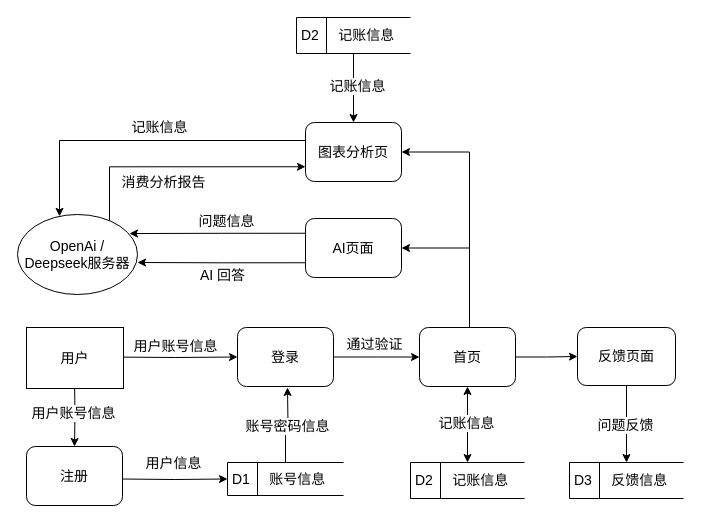
jixiuy/DrawIO keeps this draw.io diagram as 云听模块.drawio. Above is the earlier version. Source tidied: cells renumbered, new cells numbered last; positions are measured from the earlier drawing's top-left corner, leaving out a move shared by most shapes. Both pictures are drawn from the tidied source at 100%, with x=0, y=0 at pixel (17, 17).
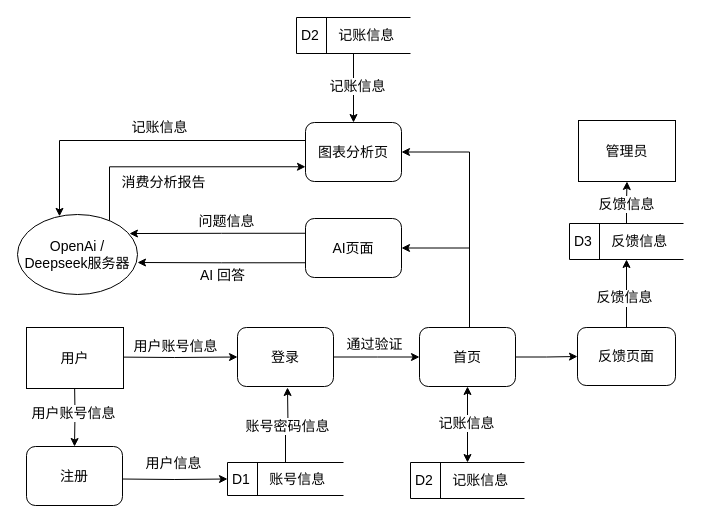
The same page after the edit.

Commit message (it also covers changes not shown here):
更新云听模块.drawio

Unchanged cells that the change refers to:
```xml
<mxCell id="24" value="反馈页面" style="rounded=1;whiteSpace=wrap;html=1;fontFamily=宋体;fontSize=14;" parent="1" vertex="1">
  <mxGeometry x="560" y="310" width="98" height="58" as="geometry" />
</mxCell>
```

Change to the diagram source:
```diff
@@
-    <mxCell id="22" style="edgeStyle=orthogonalEdgeStyle;rounded=0;jettySize=auto;html=1;entryX=0.5;entryY=0;entryDx=0;entryDy=0;fontFamily=宋体;fontSize=14;" parent="1" edge="1" source="24" target="25">
+    <mxCell id="22" style="edgeStyle=orthogonalEdgeStyle;rounded=0;jettySize=auto;html=1;entryX=0.5;entryY=1;entryDx=0;entryDy=0;" parent="1" edge="1" source="24" target="25">
       <mxGeometry relative="1" as="geometry" />
     </mxCell>
-    <mxCell id="23" value="问题反馈" style="edgeLabel;html=1;align=center;verticalAlign=middle;fontFamily=宋体;fontSize=14;" parent="22" vertex="1">
-      <mxGeometry x="-0.12" y="1" relative="1" as="geometry">
-        <mxPoint x="-3" y="5" as="offset" />
-      </mxGeometry>
-    </mxCell>
+    <mxCell id="41" value="&lt;font style=&quot;font-size: 14px;&quot;&gt;反馈信息&lt;/font&gt;" style="edgeLabel;html=1;align=center;verticalAlign=middle;fontFamily=Times New Roman;" parent="22" vertex="1">
+      <mxGeometry x="0.06" relative="1" as="geometry">
+        <mxPoint x="-3" y="6" as="offset" />
+      </mxGeometry>
+    </mxCell>
@@
+    <mxCell id="42" style="edgeStyle=orthogonalEdgeStyle;rounded=0;jettySize=auto;html=1;entryX=0.5;entryY=1;entryDx=0;entryDy=0;" parent="1" edge="1" source="25" target="44">
+      <mxGeometry relative="1" as="geometry" />
+    </mxCell>
+    <mxCell id="43" value="&lt;font face=&quot;宋体&quot; style=&quot;font-size: 14px;&quot;&gt;反馈信息&lt;/font&gt;" style="edgeLabel;html=1;align=center;verticalAlign=middle;fontFamily=Times New Roman;" parent="42" vertex="1">
+      <mxGeometry x="-0.06" y="1" relative="1" as="geometry" />
+    </mxCell>
     <mxCell id="25" value="D3&amp;nbsp; &amp;nbsp; &amp;nbsp;反馈信息" style="html=1;dashed=0;whiteSpace=wrap;shape=mxgraph.dfd.dataStoreID;align=left;spacingLeft=3;points=[[0,0],[0.5,0],[1,0],[0,0.5],[1,0.5],[0,1],[0.5,1],[1,1]];fontFamily=宋体;fontSize=14;" parent="1" vertex="1">
-      <mxGeometry x="552" y="445" width="114" height="36" as="geometry" />
+      <mxGeometry x="552" y="206" width="114" height="36" as="geometry" />
     </mxCell>
@@
+    <mxCell id="44" value="管理员" style="rounded=0;whiteSpace=wrap;html=1;fontFamily=宋体;fontSize=14;" parent="1" vertex="1">
+      <mxGeometry x="561" y="103" width="97" height="61" as="geometry" />
+    </mxCell>
```
